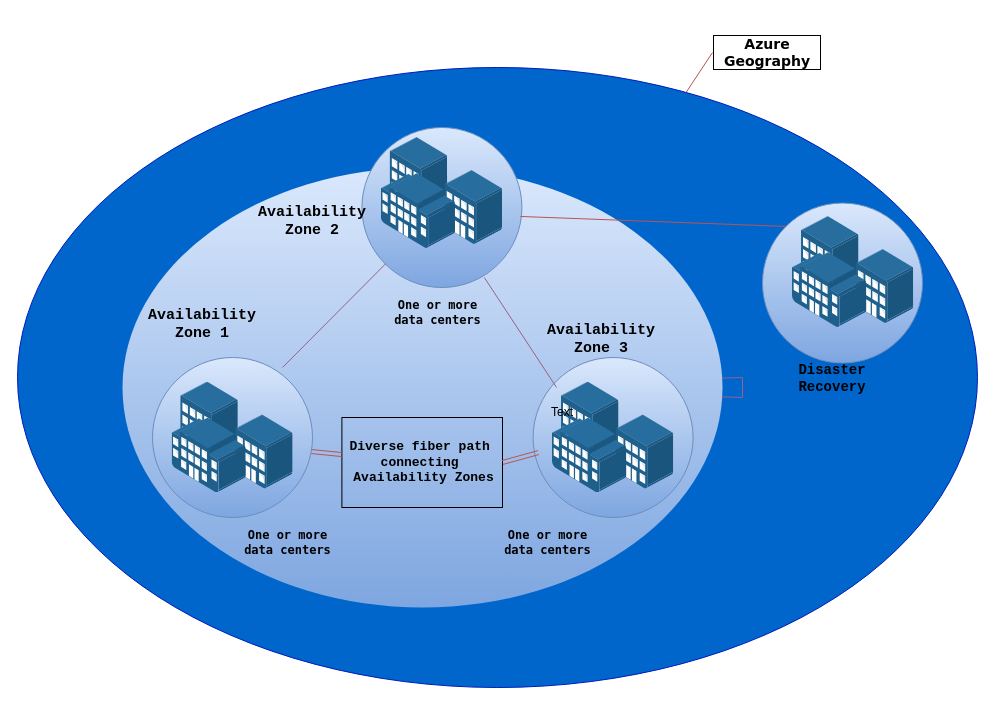
Before: Graphics/Azure Region & Availability Zones.drawio in stmorare/Azure-Cloud-Projects, a draw.io diagram. Source tidied: cells renumbered, new cells numbered last; positions are measured from the earlier drawing's top-left corner, leaving out a move shared by most shapes. Both pictures are drawn from the tidied source at 100%, with x=0, y=0 at pixel (17, 17).
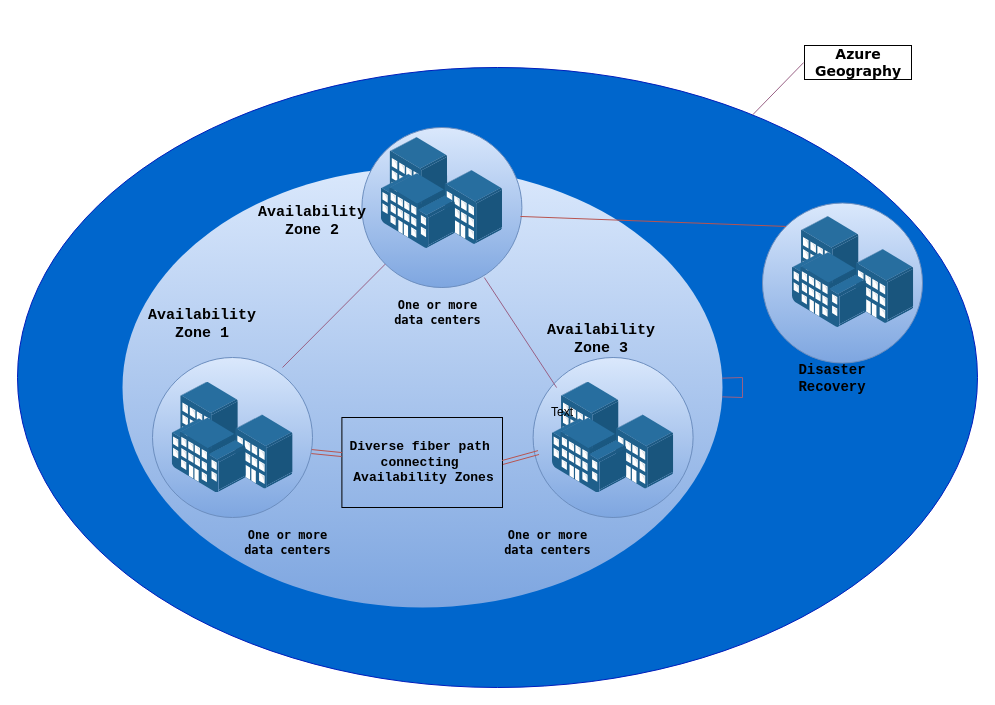
After the change.

The change refers to these unchanged cells:
```xml
<mxCell id="2" style="ellipse;whiteSpace=wrap;html=1;fillColor=#0066CC;strokeColor=#001DBC;fontColor=#ffffff;" parent="1" vertex="1">
  <mxGeometry y="50" width="960" height="620" as="geometry" />
</mxCell>
```

What changed in the source:
```diff
@@
-    <mxCell id="28" value="&lt;font style=&quot;font-size: 14px;&quot; face=&quot;Verdana&quot;&gt;&lt;b&gt;Azure Geography&lt;/b&gt;&lt;/font&gt;" style="text;html=1;whiteSpace=wrap;strokeColor=none;fillColor=none;align=center;verticalAlign=middle;rounded=0;labelBorderColor=default;" parent="1" vertex="1">
-      <mxGeometry x="695" width="110" height="70" as="geometry" />
+    <mxCell id="28" value="&lt;font style=&quot;font-size: 14px; color: rgb(0, 0, 0);&quot; face=&quot;Verdana&quot;&gt;&lt;b&gt;Azure Geography&lt;/b&gt;&lt;/font&gt;" style="text;html=1;whiteSpace=wrap;strokeColor=none;fillColor=none;align=center;verticalAlign=middle;rounded=0;labelBorderColor=default;" parent="1" vertex="1">
+      <mxGeometry x="786.2" y="10" width="110" height="70" as="geometry" />
     </mxCell>
-    <mxCell id="29" style="endArrow=none;html=1;rounded=0;entryX=0;entryY=0.5;entryDx=0;entryDy=0;fontColor=#000000;fontStyle=1;fillColor=#f8cecc;strokeColor=#b85450;gradientColor=#ea6b66;" parent="1" edge="1" source="2" target="28">
+    <mxCell id="29" style="endArrow=none;html=1;rounded=0;entryX=0;entryY=0.5;entryDx=0;entryDy=0;fontColor=#000000;fillColor=#e6d0de;gradientColor=#d5739d;strokeColor=#996185;" parent="1" edge="1" source="2" target="28">
       <mxGeometry relative="1" as="geometry" />
     </mxCell>
```
